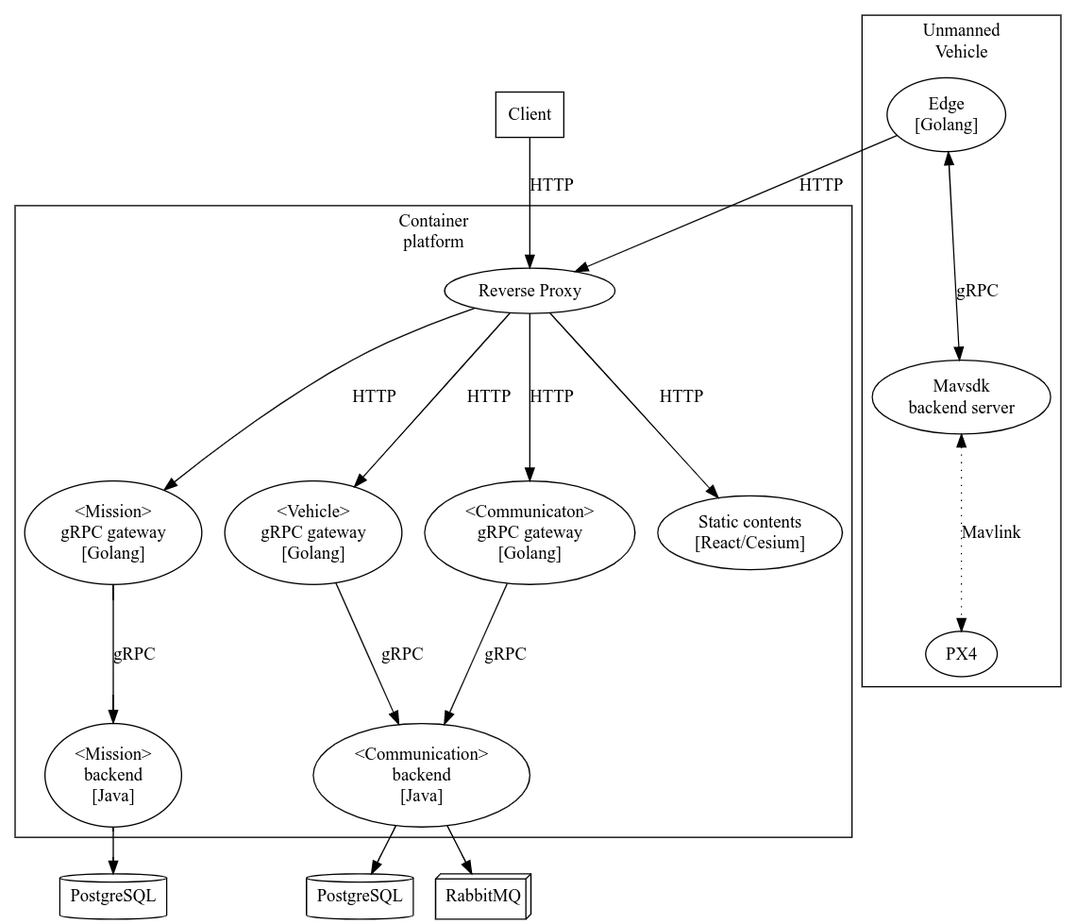
Tomofiles/skysign_cloud_v2 keeps this Graphviz diagram as assets/generated/simple_architecture.png. Above is the earlier version. Its source is kept beside it as assets/simple_architecture.gv.
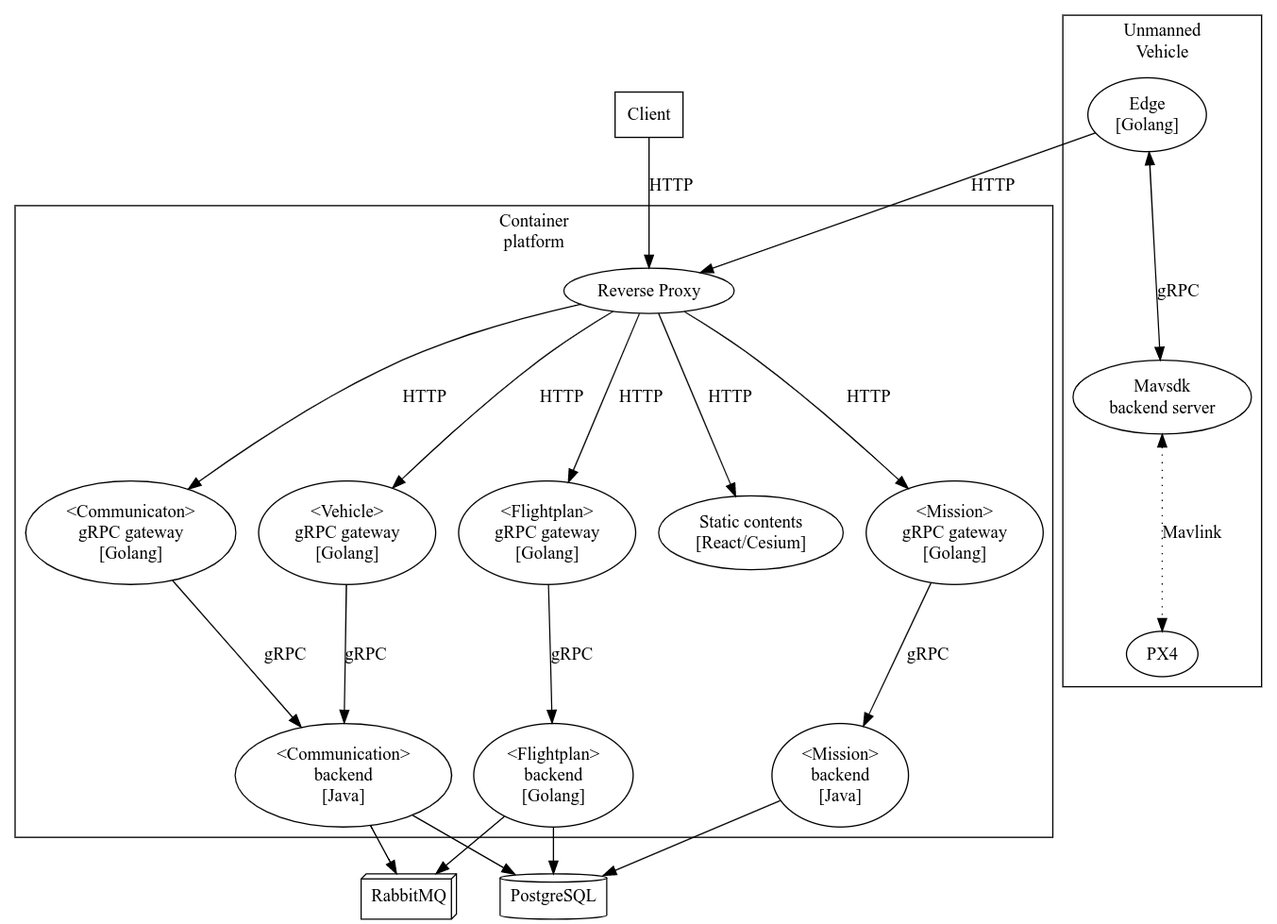
The same file after the commit.

Diff of the diagram source:
```diff
@@ -3,10 +3,11 @@
   HTTPFrontend1 [label="<Communicaton>\ngRPC gateway\n[Golang]"];
   HTTPFrontend2 [label="<Mission>\ngRPC gateway\n[Golang]"];
   HTTPFrontend3 [label="<Vehicle>\ngRPC gateway\n[Golang]"];
+  HTTPFrontend4 [label="<Flightplan>\ngRPC gateway\n[Golang]"];
   MissionsBackend [label="<Mission>\nbackend\n[Java]"];
   CommunicationBackend [label="<Communication>\nbackend\n[Java]"];
-  PostgreSQL1 [label="PostgreSQL", shape=cylinder];
-  PostgreSQL2 [label="PostgreSQL", shape=cylinder];
+  FlightplanBackend [label="<Flightplan>\nbackend\n[Golang]"];
+  PostgreSQL [label="PostgreSQL", shape=cylinder];
   RabbitMQ [label="RabbitMQ", shape=box3d];
   ReverseProxy [label="Reverse Proxy"];
   StaticContents [label="Static contents\n[React/Cesium]"];
@@ -17,10 +18,12 @@
   Client -> ReverseProxy [label="HTTP"];
   Edge_ -> ReverseProxy [label="HTTP"];
 
-  CommunicationBackend -> PostgreSQL1;
-  MissionsBackend -> PostgreSQL2;
+  CommunicationBackend -> PostgreSQL;
+  MissionsBackend -> PostgreSQL;
+  FlightplanBackend -> PostgreSQL;
 
   CommunicationBackend -> RabbitMQ;
+  FlightplanBackend -> RabbitMQ;
 
   subgraph cluster_0 {
     label="Container\nplatform";
@@ -28,10 +31,12 @@
     ReverseProxy -> HTTPFrontend2 [label="HTTP"];
     ReverseProxy -> StaticContents [label="HTTP"];
     ReverseProxy -> HTTPFrontend3 [label="HTTP"];
+    ReverseProxy -> HTTPFrontend4 [label="HTTP"];
 
     HTTPFrontend1 -> CommunicationBackend [label="gRPC"];
     HTTPFrontend2 -> MissionsBackend [label="gRPC"];
     HTTPFrontend3 -> CommunicationBackend [label="gRPC"];
+    HTTPFrontend4 -> FlightplanBackend [label="gRPC"];
   }
 
   subgraph cluster_1 {
```
